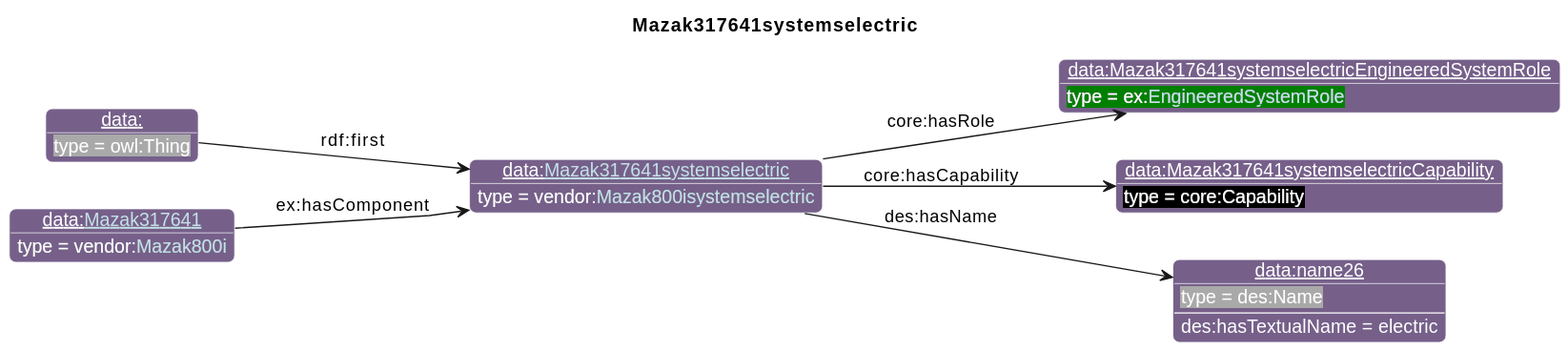
This is diagrams/Mazak317641systemselectric.svg from iofoundry/example-syseng-mtconnect, a PlantUML export, as it was before one commit.
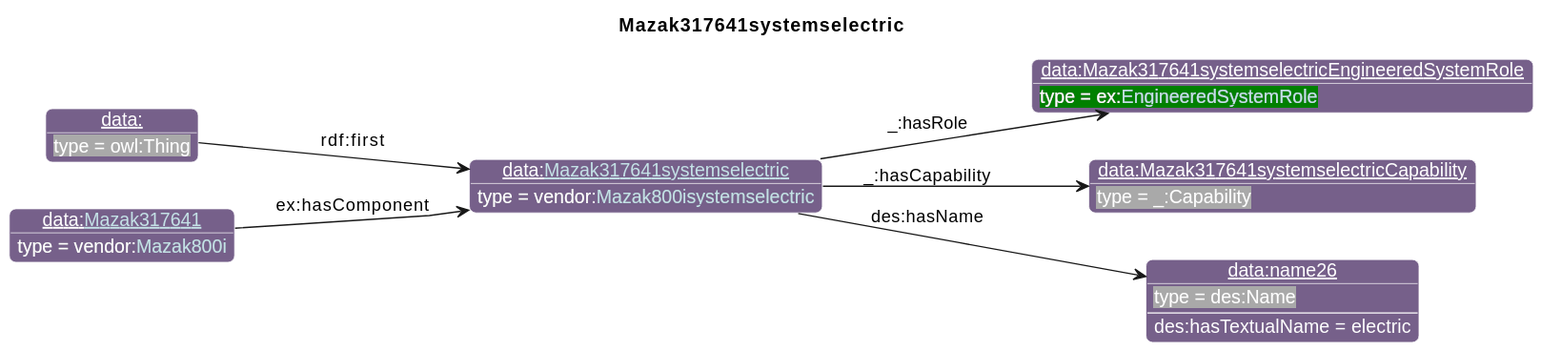
After the commit.

Diff of the diagram source:
```diff
@@ -27,12 +27,12 @@
       }
 individual(o0, data:[[./Mazak317641systemselectric.html Mazak317641systemselectric]], vendor:[[../Mazak.html#Mazak800isystemselectric Mazak800isystemselectric]])
 individual(o1, data:Mazak317641systemselectricEngineeredSystemRole, ex:[[../Example.html#EngineeredSystemRole EngineeredSystemRole]])
-individual(o2, data:Mazak317641systemselectricCapability, core:Capability)
+individual(o2, data:Mazak317641systemselectricCapability, _:Capability)
 individual(o3, data:name26, des:Name)
 individual(o4, data:, owl:Thing)
 individual(o5, data:[[./Mazak317641.html Mazak317641]], vendor:[[../Mazak.html#Mazak800i Mazak800i]])
-property(o0, "core:hasRole", o1)
-property(o0, "core:hasCapability", o2)
+property(o0, "_:hasRole", o1)
+property(o0, "_:hasCapability", o2)
 property(o0, "des:hasName", o3)
 data(o3, "des:hasTextualName", "electric")
 property(o4, "rdf:first", o0)
```
